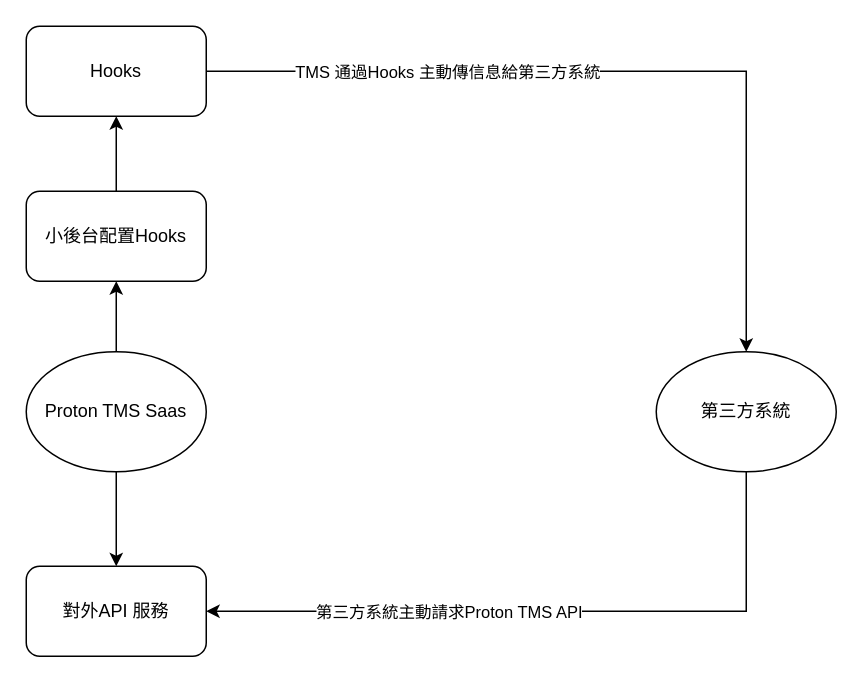
Above: tms_saas.drawio in wingtian/SAP_F (draw.io), before the change. Source tidied: cells renumbered, new cells numbered last; positions are measured from the earlier drawing's top-left corner, leaving out a move shared by most shapes. Both pictures are drawn from the tidied source at 150%, with x=0, y=0 at pixel (26, 26).
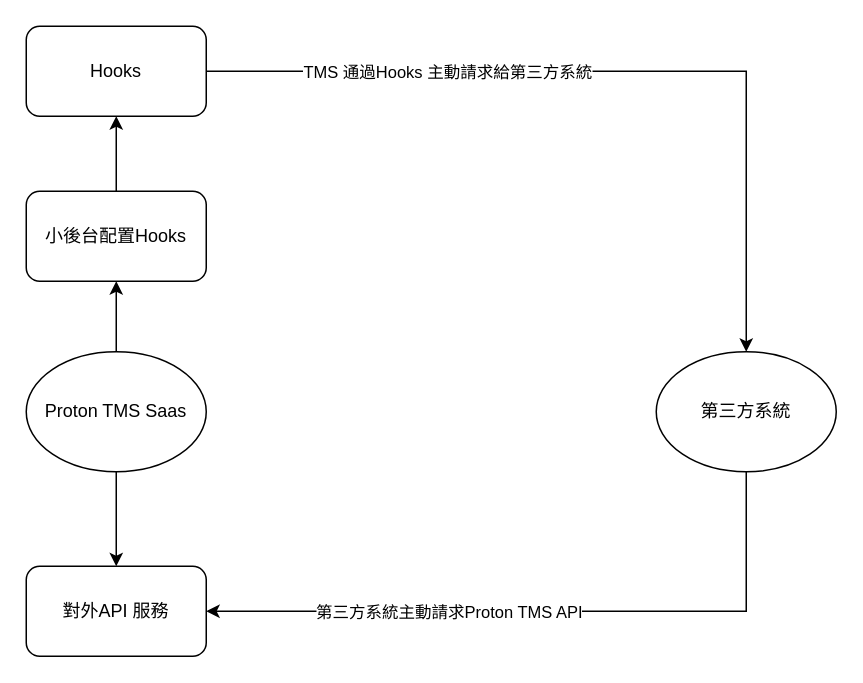
Above is the later version.

The edit, as a diff of the source:
```diff
@@
 <mxGraphModel>
   <root>
     <mxCell id="0" />
     <mxCell id="1" parent="0" />
     <mxCell id="2" style="edgeStyle=orthogonalEdgeStyle;rounded=0;jettySize=auto;html=1;entryX=0.5;entryY=0;entryDx=0;entryDy=0;" parent="1" edge="1" source="4" target="8">
       <mxGeometry relative="1" as="geometry" />
     </mxCell>
     <mxCell id="3" style="edgeStyle=orthogonalEdgeStyle;rounded=0;jettySize=auto;html=1;" parent="1" edge="1" source="4">
       <mxGeometry relative="1" as="geometry">
         <mxPoint x="60" y="170" as="targetPoint" />
       </mxGeometry>
     </mxCell>
     <mxCell id="4" value="Proton TMS Saas" style="ellipse;whiteSpace=wrap;html=1;" parent="1" vertex="1">
       <mxGeometry y="217" width="120" height="80" as="geometry" />
     </mxCell>
     <mxCell id="5" style="edgeStyle=orthogonalEdgeStyle;rounded=0;jettySize=auto;html=1;entryX=1;entryY=0.5;entryDx=0;entryDy=0;exitX=0.5;exitY=1;exitDx=0;exitDy=0;" parent="1" edge="1" source="7" target="8">
       <mxGeometry relative="1" as="geometry" />
     </mxCell>
     <mxCell id="6" value="第三方系統主動請求Proton TMS API" style="edgeLabel;html=1;align=center;verticalAlign=middle;" parent="5" vertex="1">
       <mxGeometry x="0.46" y="2" relative="1" as="geometry">
         <mxPoint x="39" y="-2" as="offset" />
       </mxGeometry>
     </mxCell>
     <mxCell id="7" value="第三方系統" style="ellipse;whiteSpace=wrap;html=1;" parent="1" vertex="1">
       <mxGeometry x="420" y="217" width="120" height="80" as="geometry" />
     </mxCell>
     <mxCell id="8" value="對外API 服務" style="rounded=1;whiteSpace=wrap;html=1;" parent="1" vertex="1">
       <mxGeometry y="360" width="120" height="60" as="geometry" />
     </mxCell>
     <mxCell id="9" style="edgeStyle=orthogonalEdgeStyle;rounded=0;jettySize=auto;html=1;entryX=0.5;entryY=0;entryDx=0;entryDy=0;" parent="1" edge="1" source="11" target="7">
       <mxGeometry relative="1" as="geometry" />
     </mxCell>
-    <mxCell id="10" value="TMS 通過Hooks 主動傳信息給第三方系統" style="edgeLabel;html=1;align=center;verticalAlign=middle;" parent="9" vertex="1">
+    <mxCell id="10" value="TMS 通過Hooks 主動請求給第三方系統" style="edgeLabel;html=1;align=center;verticalAlign=middle;" parent="9" vertex="1">
       <mxGeometry x="-0.52" y="1" relative="1" as="geometry">
         <mxPoint x="29" y="1" as="offset" />
       </mxGeometry>
     </mxCell>
     <mxCell id="11" value="Hooks" style="rounded=1;whiteSpace=wrap;html=1;" parent="1" vertex="1">
       <mxGeometry width="120" height="60" as="geometry" />
     </mxCell>
     <mxCell id="12" style="edgeStyle=orthogonalEdgeStyle;rounded=0;jettySize=auto;html=1;" parent="1" edge="1" source="13" target="11">
       <mxGeometry relative="1" as="geometry" />
     </mxCell>
     <mxCell id="13" value="小後台配置Hooks" style="rounded=1;whiteSpace=wrap;html=1;" parent="1" vertex="1">
       <mxGeometry y="110" width="120" height="60" as="geometry" />
     </mxCell>
   </root>
 </mxGraphModel>
```
